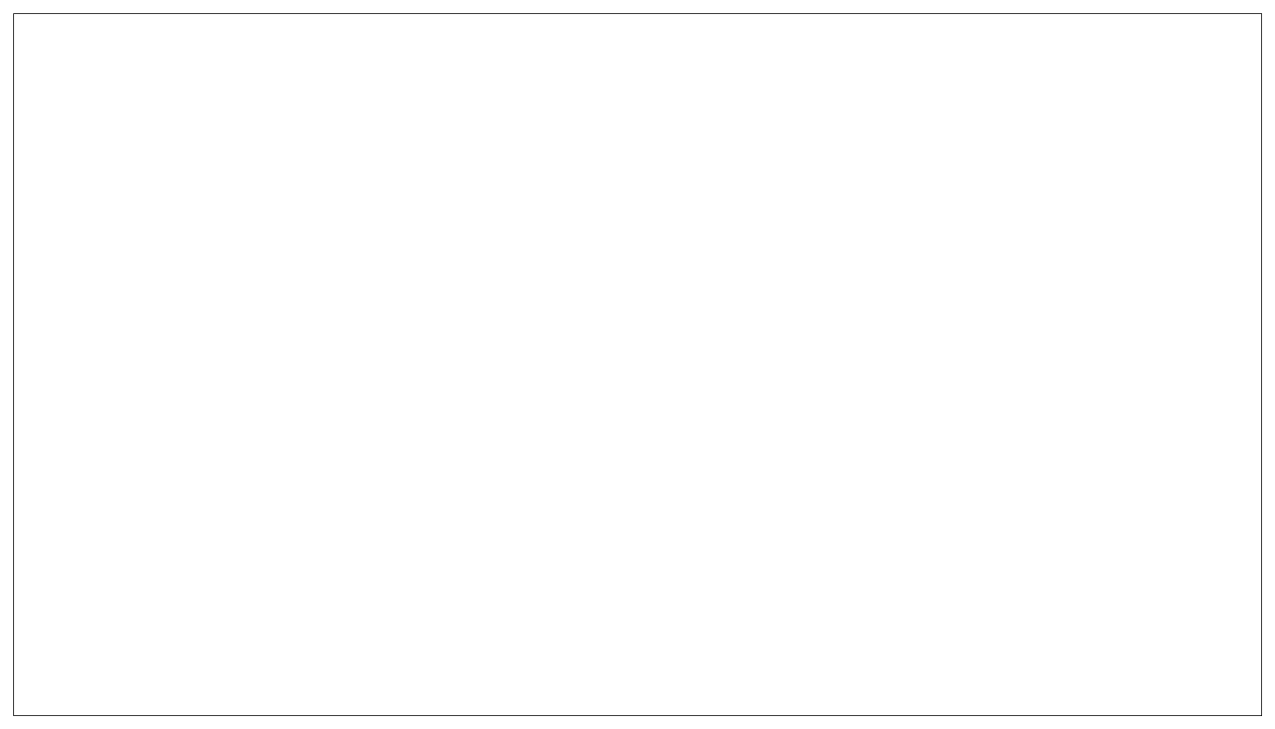
tanjinhung/Nonogram keeps this draw.io diagram as page "Level Select" (3 of 5) of diagram.drawio. Above is the earlier version. Source tidied: cells renumbered, new cells numbered last; positions are measured from the earlier drawing's top-left corner, leaving out a move shared by most shapes. Both pictures are drawn from the tidied source at 78%, with x=0, y=0 at pixel (13, 13).
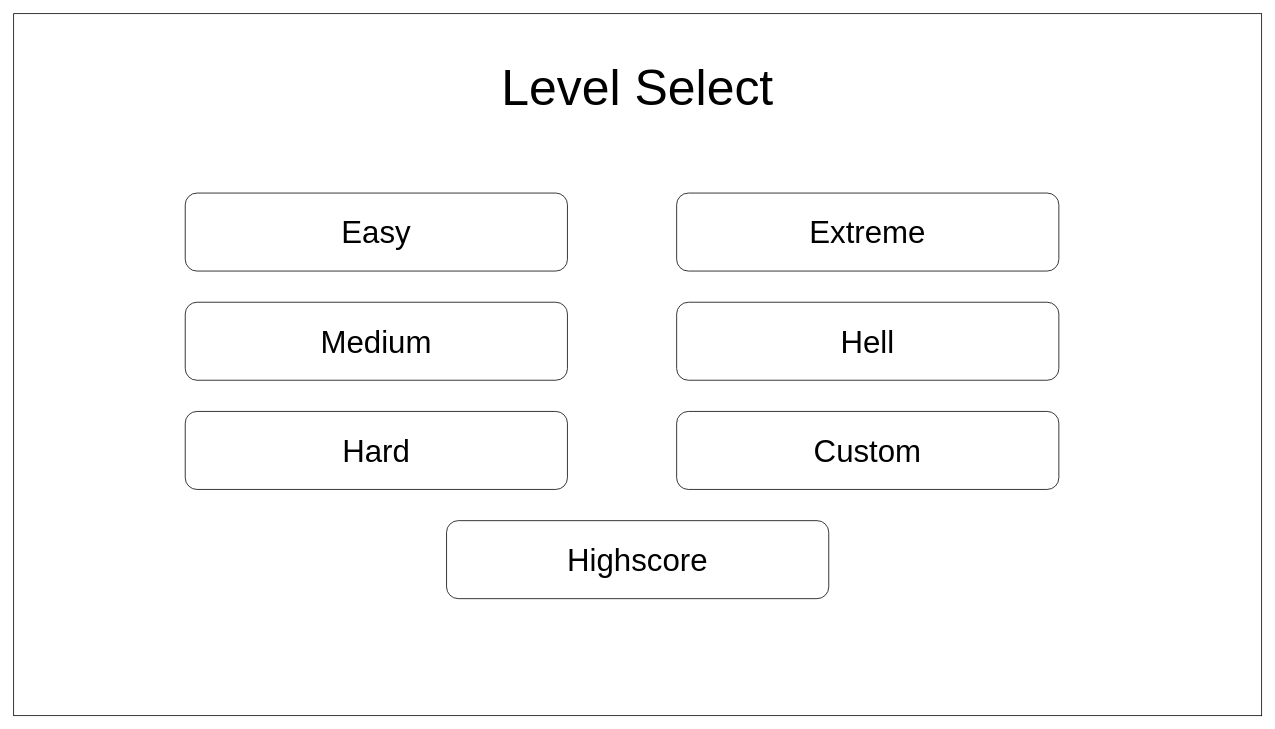
Above is the later version.

Change to the diagram source:
```diff
@@
 <mxGraphModel>
   <root>
     <mxCell id="0" />
     <mxCell id="1" parent="0" />
     <mxCell id="2" style="rounded=0;whiteSpace=wrap;html=1;" parent="1" vertex="1">
       <mxGeometry width="1600" height="900" as="geometry" />
     </mxCell>
+    <mxCell id="3" value="Level Select" style="text;html=1;strokeColor=none;fillColor=none;align=center;verticalAlign=middle;whiteSpace=wrap;rounded=0;fontSize=64;" parent="1" vertex="1">
+      <mxGeometry x="620" y="50" width="360" height="90" as="geometry" />
+    </mxCell>
+    <mxCell id="4" value="Easy" style="rounded=1;whiteSpace=wrap;html=1;labelBackgroundColor=none;strokeColor=default;fontFamily=Helvetica;fontSize=40;fontColor=default;fillColor=default;" parent="1" vertex="1">
+      <mxGeometry x="220" y="230" width="490" height="100" as="geometry" />
+    </mxCell>
+    <mxCell id="5" value="Highscore" style="rounded=1;whiteSpace=wrap;html=1;labelBackgroundColor=none;strokeColor=default;fontFamily=Helvetica;fontSize=40;fontColor=default;fillColor=default;" parent="1" vertex="1">
+      <mxGeometry x="555" y="650" width="490" height="100" as="geometry" />
+    </mxCell>
+    <mxCell id="6" value="Custom" style="rounded=1;whiteSpace=wrap;html=1;labelBackgroundColor=none;strokeColor=default;fontFamily=Helvetica;fontSize=40;fontColor=default;fillColor=default;" parent="1" vertex="1">
+      <mxGeometry x="850" y="510" width="490" height="100" as="geometry" />
+    </mxCell>
+    <mxCell id="7" value="Medium" style="rounded=1;whiteSpace=wrap;html=1;labelBackgroundColor=none;strokeColor=default;fontFamily=Helvetica;fontSize=40;fontColor=default;fillColor=default;" parent="1" vertex="1">
+      <mxGeometry x="220" y="370" width="490" height="100" as="geometry" />
+    </mxCell>
+    <mxCell id="8" value="Hard" style="rounded=1;whiteSpace=wrap;html=1;labelBackgroundColor=none;strokeColor=default;fontFamily=Helvetica;fontSize=40;fontColor=default;fillColor=default;" parent="1" vertex="1">
+      <mxGeometry x="220" y="510" width="490" height="100" as="geometry" />
+    </mxCell>
+    <mxCell id="9" value="Extreme" style="rounded=1;whiteSpace=wrap;html=1;labelBackgroundColor=none;strokeColor=default;fontFamily=Helvetica;fontSize=40;fontColor=default;fillColor=default;" parent="1" vertex="1">
+      <mxGeometry x="850" y="230" width="490" height="100" as="geometry" />
+    </mxCell>
+    <mxCell id="10" value="Hell" style="rounded=1;whiteSpace=wrap;html=1;labelBackgroundColor=none;strokeColor=default;fontFamily=Helvetica;fontSize=40;fontColor=default;fillColor=default;" parent="1" vertex="1">
+      <mxGeometry x="850" y="370" width="490" height="100" as="geometry" />
+    </mxCell>
   </root>
 </mxGraphModel>
```
